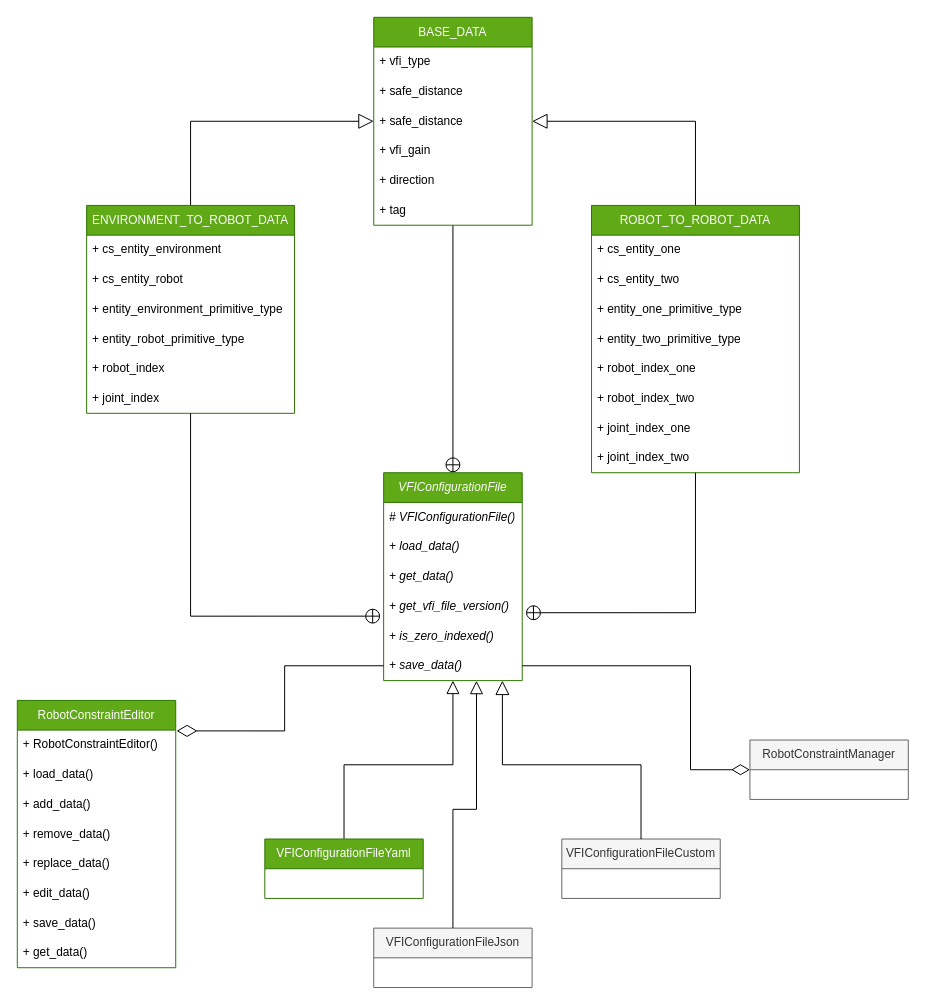
This is design/UML/classes.drawio from Adorno-Lab/robot_constraint_editor, a draw.io file, before an edit. Source tidied: cells renumbered, new cells numbered last; positions are measured from the earlier drawing's top-left corner, leaving out a move shared by most shapes. Both pictures are drawn from the tidied source at 99%, with x=0, y=0 at pixel (17, 17).
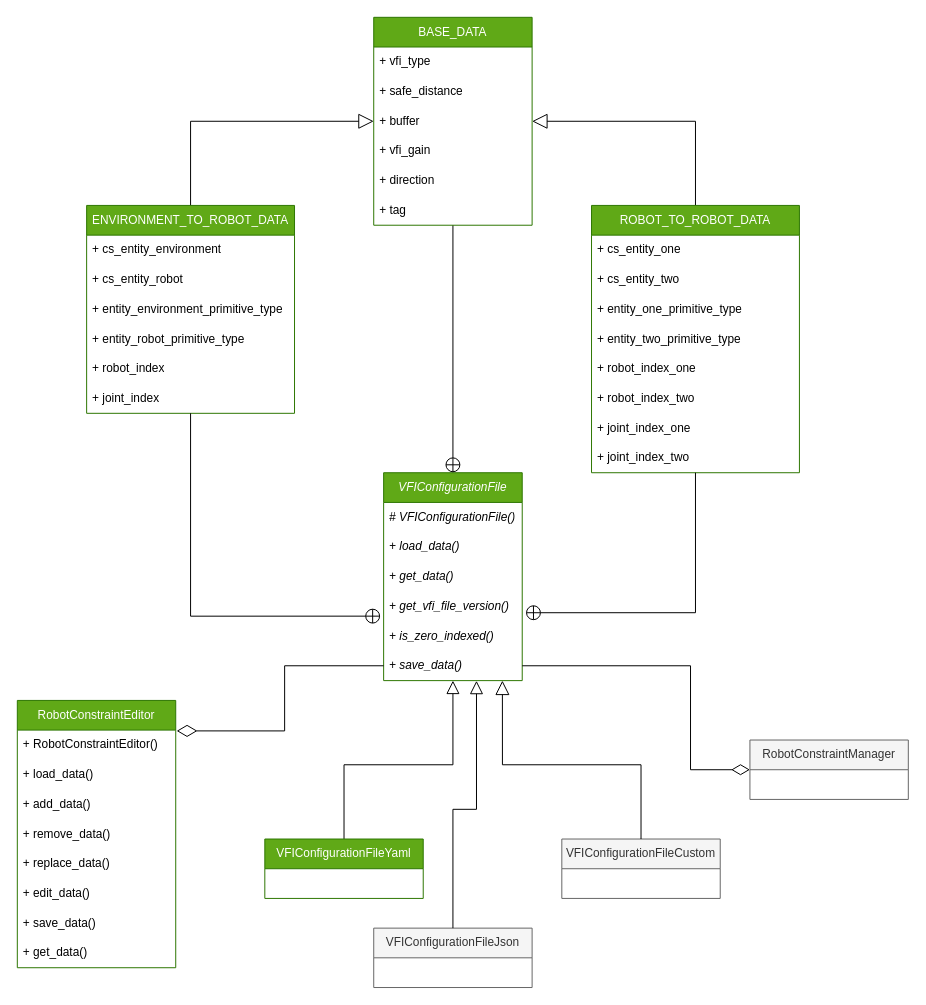
The same page after the edit.

Commit message (it also covers changes not shown here):
Updated the specification document and corresponding files to include the buffer.

The change refers to these unchanged cells:
```xml
<mxCell id="29" value="BASE_DATA" style="swimlane;fontStyle=0;horizontal=1;startSize=30;whiteSpace=wrap;html=1;fillColor=#60a917;fontColor=#ffffff;strokeColor=#2D7600;" parent="1" vertex="1">
  <mxGeometry x="360" width="160" height="210" as="geometry" />
</mxCell>
```

The edit, as a diff of the source:
```diff
@@
-    <mxCell id="32" value="+ safe_distance" style="text;strokeColor=none;fillColor=none;align=left;verticalAlign=middle;spacingLeft=4;spacingRight=4;overflow=hidden;points=[[0,0.5],[1,0.5]];portConstraint=eastwest;whiteSpace=wrap;html=1;fontStyle=0;" parent="29" vertex="1">
+    <mxCell id="32" value="+ buffer" style="text;strokeColor=none;fillColor=none;align=left;verticalAlign=middle;spacingLeft=4;spacingRight=4;overflow=hidden;points=[[0,0.5],[1,0.5]];portConstraint=eastwest;whiteSpace=wrap;html=1;fontStyle=0;" parent="29" vertex="1">
       <mxGeometry y="90" width="160" height="30" as="geometry" />
     </mxCell>
```
